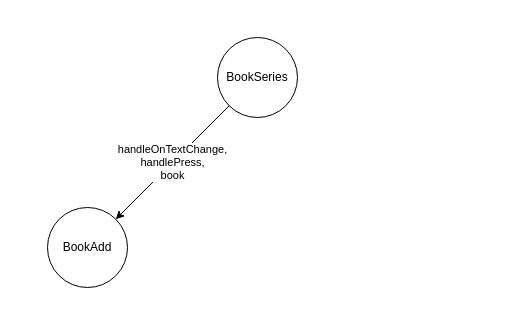
Earlier version of the draw.io diagram drawings/drawings.drawio (zcomert/mobil-uygulama-gelistirme). Source tidied: cells renumbered, new cells numbered last; positions are measured from the earlier drawing's top-left corner, leaving out a move shared by most shapes. Both pictures are drawn from the tidied source at 100%, with x=0, y=0 at pixel (47, 37).
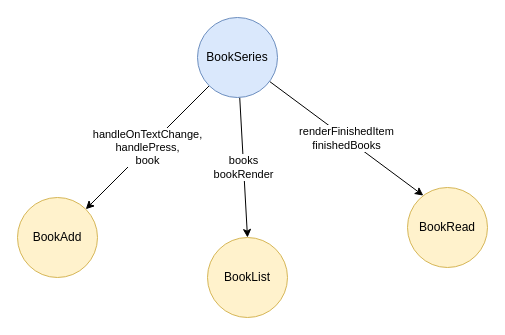
After the change.

Commit message (it also covers changes not shown here):
BookRead and BookList have been added.

Change to the diagram source:
```diff
@@
 <mxGraphModel>
   <root>
     <mxCell id="0" />
     <mxCell id="1" parent="0" />
     <mxCell id="2" value="handleOnTextChange,&lt;br&gt;&lt;div&gt;handlePress,&lt;br&gt;&lt;/div&gt;&lt;div&gt;book&lt;/div&gt;" style="rounded=0;jettySize=auto;html=1;entryX=1;entryY=0;entryDx=0;entryDy=0;" parent="1" edge="1" source="3" target="4">
       <mxGeometry relative="1" as="geometry" />
     </mxCell>
+    <mxCell id="5" value="books&lt;br&gt;bookRender" style="edgeStyle=none;rounded=0;jettySize=auto;html=1;entryX=0.5;entryY=0;entryDx=0;entryDy=0;" parent="1" edge="1" source="3" target="7">
+      <mxGeometry relative="1" as="geometry" />
+    </mxCell>
+    <mxCell id="6" value="renderFinishedItem&#10;finishedBooks" style="edgeStyle=none;rounded=0;jettySize=auto;html=1;entryX=0.198;entryY=0.101;entryDx=0;entryDy=0;entryPerimeter=0;" parent="1" edge="1" source="3" target="8">
+      <mxGeometry relative="1" as="geometry" />
+    </mxCell>
-    <mxCell id="3" value="BookSeries" style="ellipse;whiteSpace=wrap;html=1;" parent="1" vertex="1">
-      <mxGeometry x="170" width="80" height="80" as="geometry" />
+    <mxCell id="3" value="BookSeries" style="ellipse;whiteSpace=wrap;html=1;fillColor=#dae8fc;strokeColor=#6c8ebf;" parent="1" vertex="1">
+      <mxGeometry x="150" y="-20" width="80" height="80" as="geometry" />
     </mxCell>
-    <mxCell id="4" value="BookAdd" style="ellipse;whiteSpace=wrap;html=1;" parent="1" vertex="1">
-      <mxGeometry y="170" width="80" height="80" as="geometry" />
+    <mxCell id="4" value="BookAdd" style="ellipse;whiteSpace=wrap;html=1;fillColor=#fff2cc;strokeColor=#d6b656;" parent="1" vertex="1">
+      <mxGeometry x="-30" y="160" width="80" height="80" as="geometry" />
     </mxCell>
+    <mxCell id="7" value="BookList" style="ellipse;whiteSpace=wrap;html=1;fillColor=#fff2cc;strokeColor=#d6b656;" parent="1" vertex="1">
+      <mxGeometry x="160" y="200" width="80" height="80" as="geometry" />
+    </mxCell>
+    <mxCell id="8" value="BookRead" style="ellipse;whiteSpace=wrap;html=1;fillColor=#fff2cc;strokeColor=#d6b656;" parent="1" vertex="1">
+      <mxGeometry x="360" y="150" width="80" height="80" as="geometry" />
+    </mxCell>
   </root>
 </mxGraphModel>
```
